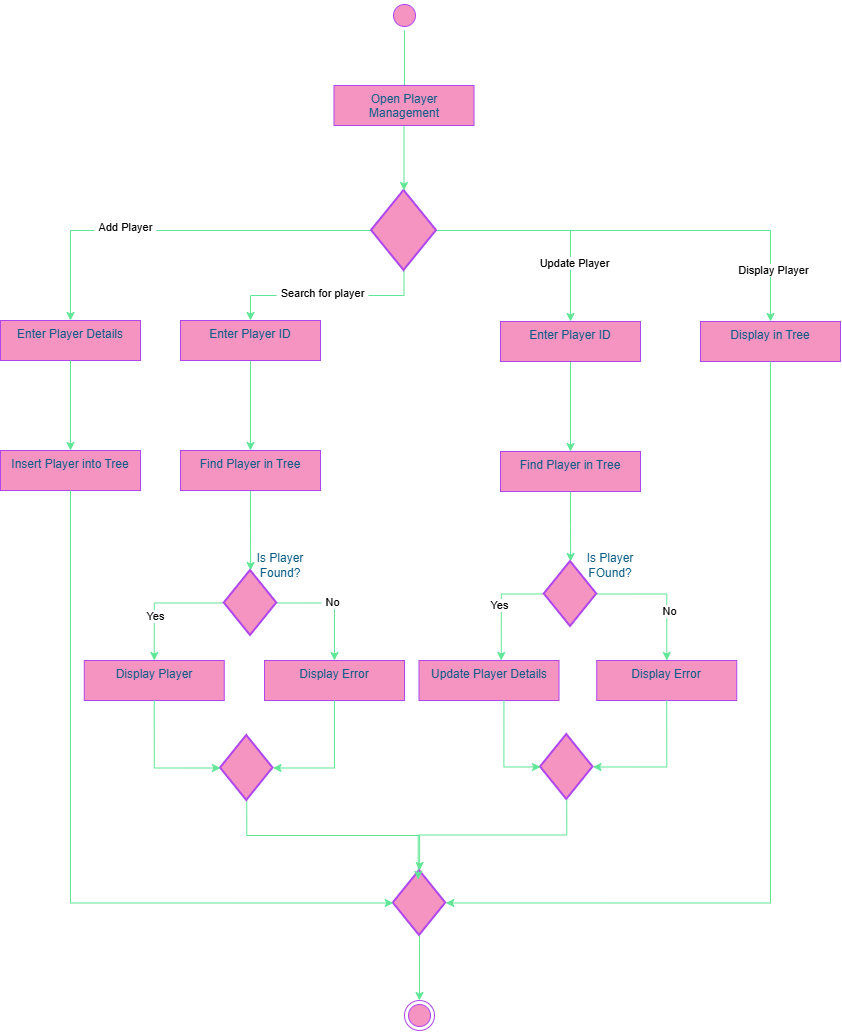
oTino-oo/RugbyIQ keeps this draw.io diagram as documentation/Activity Diagrams/PMActivityDiagramV2.png. Above is the earlier version. Source tidied: cells renumbered, new cells last; positions are measured from the earlier drawing's top-left corner, leaving out a move shared by most shapes.
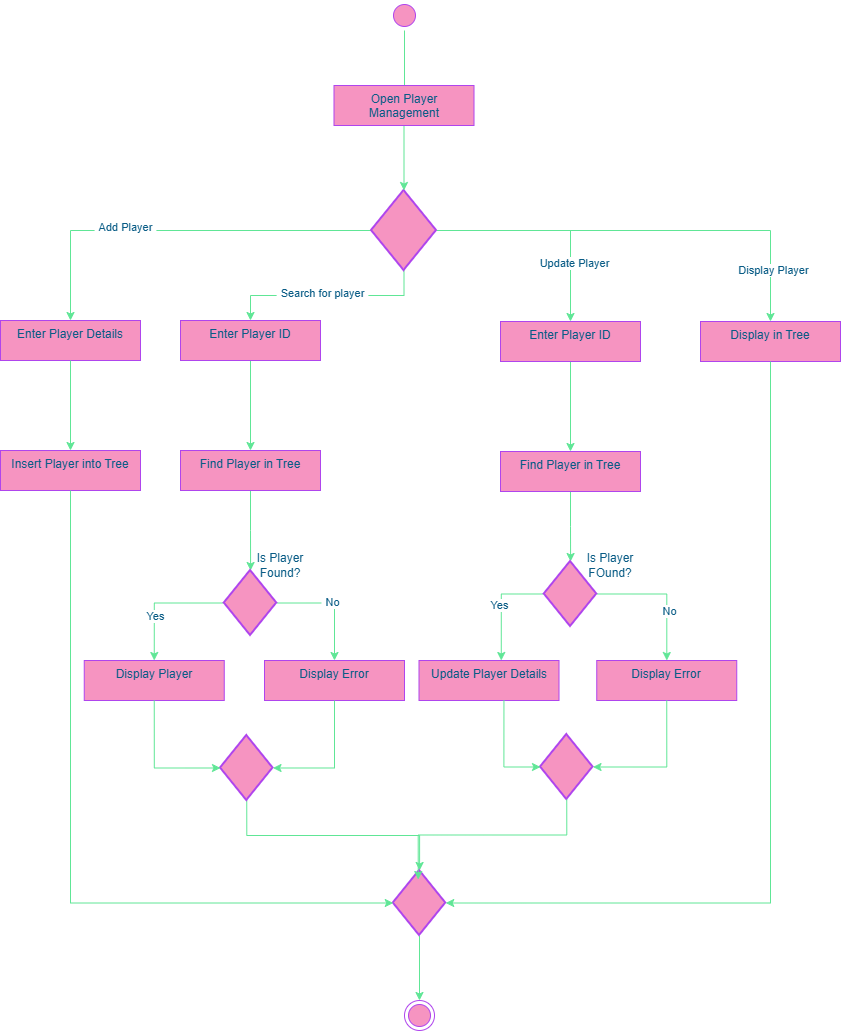
Above is the later version.

Diff of the diagram source:
```diff
@@ -13,25 +13,25 @@
     <mxCell id="4" style="edgeStyle=orthogonalEdgeStyle;rounded=0;jettySize=auto;html=1;exitX=0;exitY=0.5;exitDx=0;exitDy=0;exitPerimeter=0;entryX=0.5;entryY=0;entryDx=0;entryDy=0;strokeColor=#60E696;fontColor=default;defaultLabelBackgroundColor=page;labelPadding=0 4;fillColor=#F694C1;" parent="1" edge="1" source="12" target="15">
       <mxGeometry relative="1" as="geometry" />
     </mxCell>
-    <mxCell id="5" value="Add Player" style="edgeLabel;html=1;align=center;verticalAlign=middle;inheritText=fontFamily,fontSize,fontStyle,textOpacity,labelBorderColor,labelBorderWidth,labelBackgroundColor,defaultLabelBackgroundColor,labelPadding;fontColor=light-dark(#000000,#80FF00);defaultLabelBackgroundColor=page;labelPadding=0 4;rounded=0;" parent="4" vertex="1">
+    <mxCell id="5" value="Add Player" style="edgeLabel;html=1;align=center;verticalAlign=middle;inheritText=fontFamily,fontSize,fontStyle,textOpacity,labelBorderColor,labelBorderWidth,labelBackgroundColor,defaultLabelBackgroundColor,labelPadding;fontColor=light-dark(#095C86,#80FF00);defaultLabelBackgroundColor=page;labelPadding=0 4;rounded=0;" parent="4" vertex="1">
       <mxGeometry x="0.26" y="-4" relative="1" as="geometry" />
     </mxCell>
     <mxCell id="6" style="edgeStyle=orthogonalEdgeStyle;rounded=0;jettySize=auto;html=1;exitX=0.5;exitY=1;exitDx=0;exitDy=0;exitPerimeter=0;entryX=0.5;entryY=0;entryDx=0;entryDy=0;strokeColor=#60E696;fontColor=default;defaultLabelBackgroundColor=page;labelPadding=0 4;fillColor=#F694C1;" parent="1" edge="1" source="12" target="14">
       <mxGeometry relative="1" as="geometry" />
     </mxCell>
-    <mxCell id="7" value="Search for player" style="edgeLabel;html=1;align=center;verticalAlign=middle;inheritText=fontFamily,fontSize,fontStyle,textOpacity,labelBorderColor,labelBorderWidth,labelBackgroundColor,defaultLabelBackgroundColor,labelPadding;fontColor=light-dark(#000000,#80FF00);defaultLabelBackgroundColor=page;labelPadding=0 4;rounded=0;" parent="6" vertex="1">
+    <mxCell id="7" value="Search for player" style="edgeLabel;html=1;align=center;verticalAlign=middle;inheritText=fontFamily,fontSize,fontStyle,textOpacity,labelBorderColor,labelBorderWidth,labelBackgroundColor,defaultLabelBackgroundColor,labelPadding;fontColor=light-dark(#095C86,#80FF00);defaultLabelBackgroundColor=page;labelPadding=0 4;rounded=0;" parent="6" vertex="1">
       <mxGeometry x="0.05" y="-3" relative="1" as="geometry" />
     </mxCell>
     <mxCell id="8" style="edgeStyle=orthogonalEdgeStyle;rounded=0;jettySize=auto;html=1;exitX=1;exitY=0.5;exitDx=0;exitDy=0;exitPerimeter=0;strokeColor=#60E696;fontColor=default;defaultLabelBackgroundColor=page;labelPadding=0 4;fillColor=#F694C1;" parent="1" edge="1" source="12" target="17">
       <mxGeometry relative="1" as="geometry" />
     </mxCell>
-    <mxCell id="9" value="Update Player" style="edgeLabel;html=1;align=center;verticalAlign=middle;inheritText=fontFamily,fontSize,fontStyle,textOpacity,labelBorderColor,labelBorderWidth,labelBackgroundColor,defaultLabelBackgroundColor,labelPadding;fontColor=light-dark(#000000,#80FF00);defaultLabelBackgroundColor=page;labelPadding=0 4;rounded=0;" parent="8" vertex="1">
+    <mxCell id="9" value="Update Player" style="edgeLabel;html=1;align=center;verticalAlign=middle;inheritText=fontFamily,fontSize,fontStyle,textOpacity,labelBorderColor,labelBorderWidth,labelBackgroundColor,defaultLabelBackgroundColor,labelPadding;fontColor=light-dark(#095C86,#80FF00);defaultLabelBackgroundColor=page;labelPadding=0 4;rounded=0;" parent="8" vertex="1">
       <mxGeometry x="0.47" y="3" relative="1" as="geometry" />
     </mxCell>
     <mxCell id="10" style="edgeStyle=orthogonalEdgeStyle;rounded=0;jettySize=auto;html=1;exitX=1;exitY=0.5;exitDx=0;exitDy=0;exitPerimeter=0;defaultLabelBackgroundColor=page;labelPadding=0 4;strokeColor=#60E696;fontColor=default;" parent="1" edge="1" source="12" target="21">
       <mxGeometry x="-0.63" relative="1" as="geometry" />
     </mxCell>
-    <mxCell id="11" value="Display Player" style="edgeLabel;html=1;align=center;verticalAlign=middle;inheritText=fontFamily,fontSize,fontStyle,textOpacity,labelBorderColor,labelBorderWidth,labelBackgroundColor,defaultLabelBackgroundColor,labelPadding;defaultLabelBackgroundColor=page;labelPadding=0 4;fontColor=light-dark(#000000,#80FF00);rounded=0;" parent="10" vertex="1">
+    <mxCell id="11" value="Display Player" style="edgeLabel;html=1;align=center;verticalAlign=middle;inheritText=fontFamily,fontSize,fontStyle,textOpacity,labelBorderColor,labelBorderWidth,labelBackgroundColor,defaultLabelBackgroundColor,labelPadding;defaultLabelBackgroundColor=page;labelPadding=0 4;fontColor=light-dark(#095C86,#80FF00);rounded=0;" parent="10" vertex="1">
       <mxGeometry x="0.75" y="2" relative="1" as="geometry" />
     </mxCell>
     <mxCell id="12" style="strokeWidth=2;html=1;shape=mxgraph.flowchart.decision;whiteSpace=wrap;strokeColor=#AF45ED;fontColor=#095C86;fillColor=#F694C1;labelBackgroundColor=none;rounded=0;" parent="1" vertex="1">
@@ -79,13 +79,13 @@
     <mxCell id="26" style="edgeStyle=orthogonalEdgeStyle;rounded=0;jettySize=auto;html=1;exitX=0;exitY=0.5;exitDx=0;exitDy=0;exitPerimeter=0;entryX=0.5;entryY=0;entryDx=0;entryDy=0;defaultLabelBackgroundColor=page;labelPadding=0 4;strokeColor=#60E696;fontColor=default;" parent="1" edge="1" source="30" target="31">
       <mxGeometry relative="1" as="geometry" />
     </mxCell>
-    <mxCell id="27" value="Yes" style="edgeLabel;html=1;align=center;verticalAlign=middle;inheritText=fontFamily,fontSize,fontStyle,textOpacity,labelBorderColor,labelBorderWidth,labelBackgroundColor,defaultLabelBackgroundColor,labelPadding;defaultLabelBackgroundColor=page;labelPadding=0 4;fontColor=light-dark(#000000,#80FF00);rounded=0;" parent="26" vertex="1">
+    <mxCell id="27" value="Yes" style="edgeLabel;html=1;align=center;verticalAlign=middle;inheritText=fontFamily,fontSize,fontStyle,textOpacity,labelBorderColor,labelBorderWidth,labelBackgroundColor,defaultLabelBackgroundColor,labelPadding;defaultLabelBackgroundColor=page;labelPadding=0 4;fontColor=light-dark(#095C86,#80FF00);rounded=0;" parent="26" vertex="1">
       <mxGeometry x="0.31" y="1" relative="1" as="geometry" />
     </mxCell>
     <mxCell id="28" style="edgeStyle=orthogonalEdgeStyle;rounded=0;jettySize=auto;html=1;exitX=1;exitY=0.5;exitDx=0;exitDy=0;exitPerimeter=0;entryX=0.5;entryY=0;entryDx=0;entryDy=0;defaultLabelBackgroundColor=page;labelPadding=0 4;strokeColor=#60E696;fontColor=default;" parent="1" edge="1" source="30" target="32">
       <mxGeometry relative="1" as="geometry" />
     </mxCell>
-    <mxCell id="29" value="No" style="edgeLabel;html=1;align=center;verticalAlign=middle;inheritText=fontFamily,fontSize,fontStyle,textOpacity,labelBorderColor,labelBorderWidth,labelBackgroundColor,defaultLabelBackgroundColor,labelPadding;defaultLabelBackgroundColor=page;labelPadding=0 4;fontColor=light-dark(#000000,#80FF00);rounded=0;" parent="28" vertex="1">
+    <mxCell id="29" value="No" style="edgeLabel;html=1;align=center;verticalAlign=middle;inheritText=fontFamily,fontSize,fontStyle,textOpacity,labelBorderColor,labelBorderWidth,labelBackgroundColor,defaultLabelBackgroundColor,labelPadding;defaultLabelBackgroundColor=page;labelPadding=0 4;fontColor=light-dark(#095C86,#80FF00);rounded=0;" parent="28" vertex="1">
       <mxGeometry x="-0.04" y="1" relative="1" as="geometry" />
     </mxCell>
     <mxCell id="30" style="strokeWidth=2;html=1;shape=mxgraph.flowchart.decision;whiteSpace=wrap;strokeColor=#AF45ED;fontColor=#095C86;fillColor=#F694C1;labelBackgroundColor=none;rounded=0;" parent="1" vertex="1">
@@ -118,13 +118,13 @@
     <mxCell id="39" style="edgeStyle=orthogonalEdgeStyle;rounded=0;jettySize=auto;html=1;exitX=1;exitY=0.5;exitDx=0;exitDy=0;exitPerimeter=0;defaultLabelBackgroundColor=page;labelPadding=0 4;strokeColor=#60E696;fontColor=default;" parent="1" edge="1" source="43" target="44">
       <mxGeometry relative="1" as="geometry" />
     </mxCell>
-    <mxCell id="40" value="No" style="edgeLabel;html=1;align=center;verticalAlign=middle;inheritText=fontFamily,fontSize,fontStyle,textOpacity,labelBorderColor,labelBorderWidth,labelBackgroundColor,defaultLabelBackgroundColor,labelPadding;defaultLabelBackgroundColor=page;labelPadding=0 4;fontColor=light-dark(#000000,#80FF00);rounded=0;" parent="39" vertex="1">
+    <mxCell id="40" value="No" style="edgeLabel;html=1;align=center;verticalAlign=middle;inheritText=fontFamily,fontSize,fontStyle,textOpacity,labelBorderColor,labelBorderWidth,labelBackgroundColor,defaultLabelBackgroundColor,labelPadding;defaultLabelBackgroundColor=page;labelPadding=0 4;fontColor=light-dark(#095C86,#80FF00);rounded=0;" parent="39" vertex="1">
       <mxGeometry x="0.27" y="2" relative="1" as="geometry" />
     </mxCell>
     <mxCell id="41" style="edgeStyle=orthogonalEdgeStyle;rounded=0;jettySize=auto;html=1;exitX=0;exitY=0.5;exitDx=0;exitDy=0;exitPerimeter=0;entryX=0.585;entryY=0.015;entryDx=0;entryDy=0;defaultLabelBackgroundColor=page;labelPadding=0 4;strokeColor=#60E696;fontColor=default;" parent="1" edge="1" source="43" target="47">
       <mxGeometry relative="1" as="geometry" />
     </mxCell>
-    <mxCell id="42" value="Yes" style="edgeLabel;html=1;align=center;verticalAlign=middle;inheritText=fontFamily,fontSize,fontStyle,textOpacity,labelBorderColor,labelBorderWidth,labelBackgroundColor,defaultLabelBackgroundColor,labelPadding;defaultLabelBackgroundColor=page;labelPadding=0 4;fontColor=light-dark(#000000,#80FF00);rounded=0;" parent="41" vertex="1">
+    <mxCell id="42" value="Yes" style="edgeLabel;html=1;align=center;verticalAlign=middle;inheritText=fontFamily,fontSize,fontStyle,textOpacity,labelBorderColor,labelBorderWidth,labelBackgroundColor,defaultLabelBackgroundColor,labelPadding;defaultLabelBackgroundColor=page;labelPadding=0 4;fontColor=light-dark(#095C86,#80FF00);rounded=0;" parent="41" vertex="1">
       <mxGeometry x="-0.01" y="-2" relative="1" as="geometry" />
     </mxCell>
     <mxCell id="43" style="strokeWidth=2;html=1;shape=mxgraph.flowchart.decision;whiteSpace=wrap;strokeColor=#AF45ED;fontColor=#095C86;fillColor=#F694C1;labelBackgroundColor=none;rounded=0;" parent="1" vertex="1">
```
